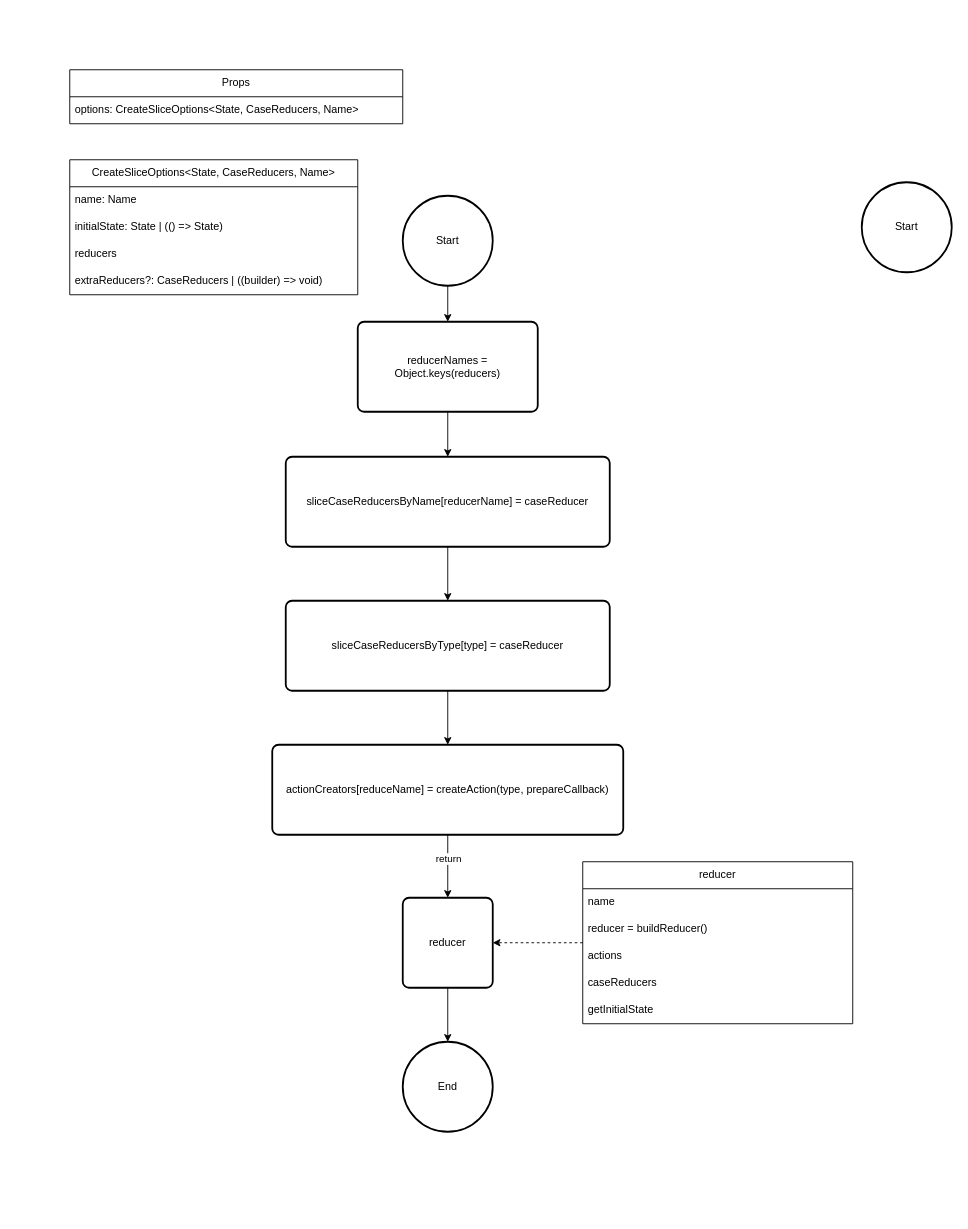
This is packages/redux/diagram/createSlice.drawio from Monoxt/learn, a draw.io file, before an edit. Source tidied: cells renumbered, new cells numbered last; positions are measured from the earlier drawing's top-left corner, leaving out a move shared by most shapes. Both pictures are drawn from the tidied source at 90%, with x=0, y=0 at pixel (69, 69).
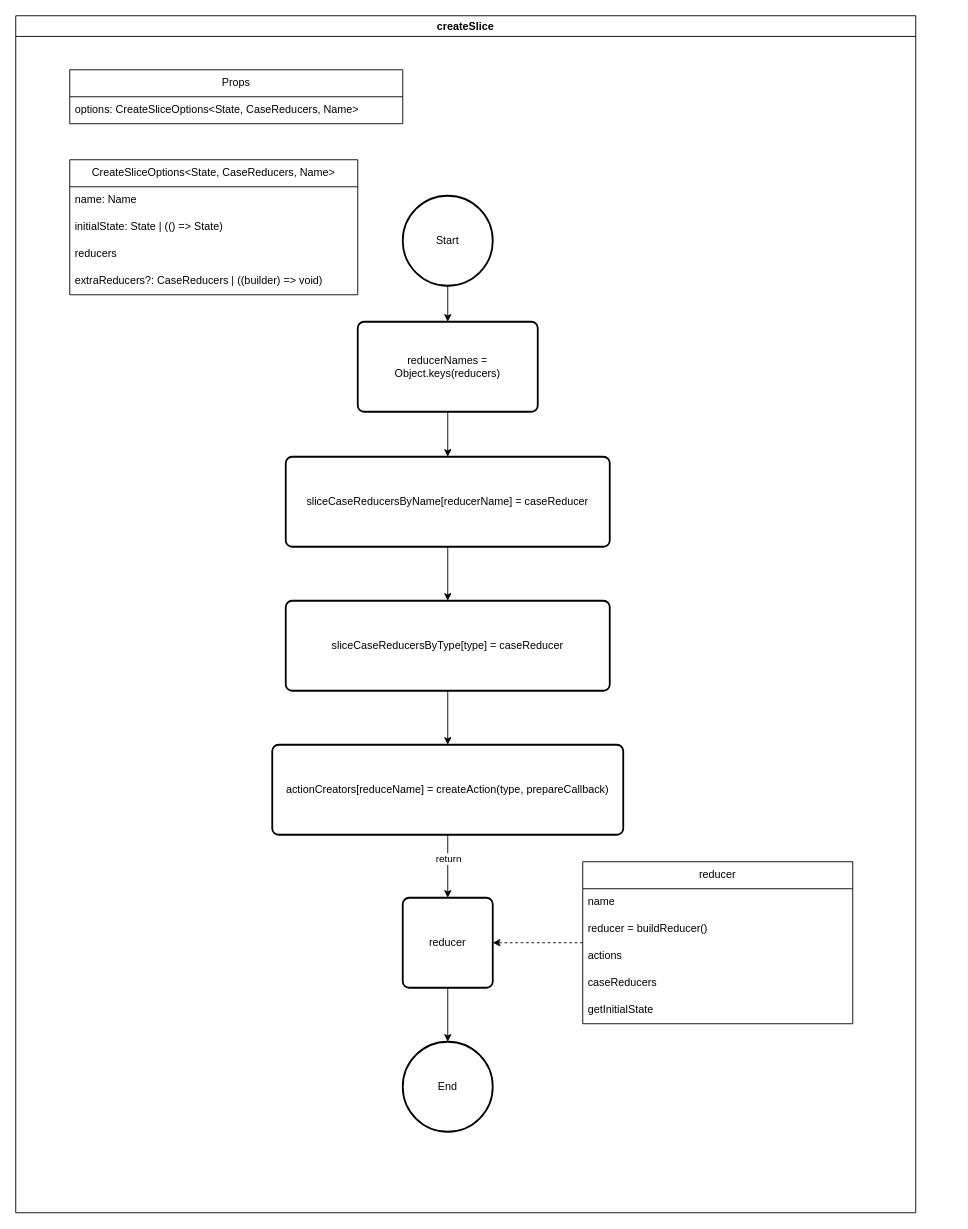
The same page after the edit.

The edit, as a diff of the source:
```diff
@@
-    <mxCell id="22" value="Start" style="strokeWidth=2;html=1;shape=mxgraph.flowchart.start_2;whiteSpace=wrap;" parent="1" vertex="1">
-      <mxGeometry x="880" y="125" width="100" height="100" as="geometry" />
-    </mxCell>
@@
+    <mxCell id="31" value="createSlice" style="swimlane;whiteSpace=wrap;html=1;" parent="1" vertex="1">
+      <mxGeometry x="-60" y="-60" width="1000" height="1330" as="geometry" />
+    </mxCell>
```
